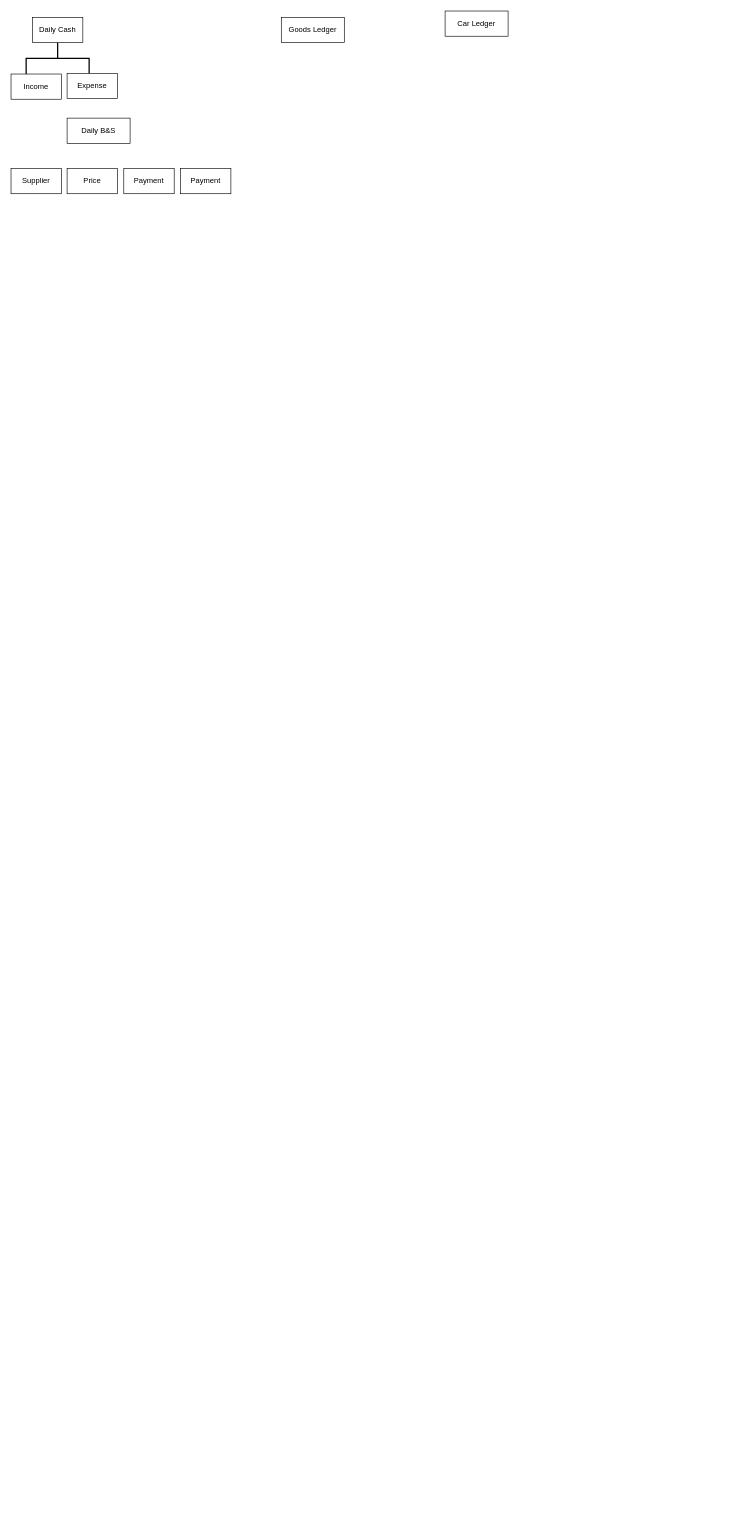
htetmyataung/flowchartforOM keeps this draw.io diagram as Untitled Diagram.drawio. Above is the earlier version. Source tidied: cells renumbered, new cells numbered last; positions are measured from the earlier drawing's top-left corner, leaving out a move shared by most shapes. Both pictures are drawn from the tidied source at 63%, with x=0, y=0 at pixel (11, 11).
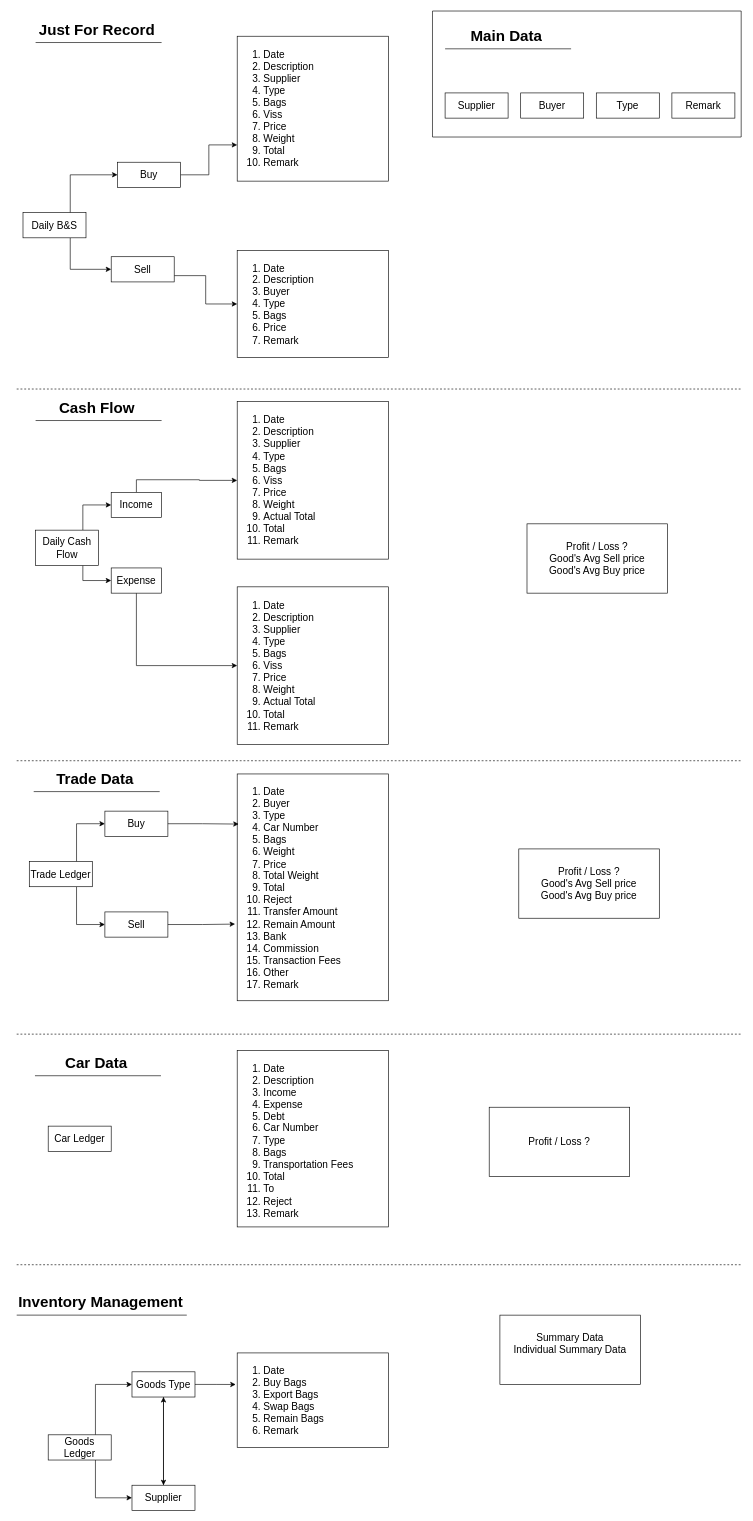
The same diagram, later.

Diff of the diagram source:
```diff
@@
-    <mxCell id="2" value="Goods Ledger" style="rounded=0;whiteSpace=wrap;html=1;" parent="1" vertex="1">
-      <mxGeometry x="429" y="10" width="100" height="40" as="geometry" />
+    <mxCell id="2" value="Car Ledger" style="rounded=0;whiteSpace=wrap;html=1;fontSize=16;" parent="1" vertex="1">
+      <mxGeometry x="59" y="1770" width="100" height="40" as="geometry" />
     </mxCell>
+    <mxCell id="13" style="edgeStyle=orthogonalEdgeStyle;rounded=0;jettySize=auto;html=1;exitX=0.75;exitY=1;exitDx=0;exitDy=0;entryX=0;entryY=0.5;entryDx=0;entryDy=0;" parent="1" edge="1" source="4" target="30">
+      <mxGeometry relative="1" as="geometry" />
+    </mxCell>
+    <mxCell id="14" style="edgeStyle=orthogonalEdgeStyle;rounded=0;jettySize=auto;html=1;exitX=0.75;exitY=0;exitDx=0;exitDy=0;entryX=0;entryY=0.5;entryDx=0;entryDy=0;" parent="1" edge="1" source="4" target="29">
+      <mxGeometry relative="1" as="geometry" />
+    </mxCell>
+    <mxCell id="4" value="Trade Ledger" style="rounded=0;whiteSpace=wrap;html=1;fontSize=16;" parent="1" vertex="1">
+      <mxGeometry x="29" y="1350" width="100" height="40" as="geometry" />
+    </mxCell>
+    <mxCell id="15" style="edgeStyle=orthogonalEdgeStyle;rounded=0;jettySize=auto;html=1;exitX=0.75;exitY=0;exitDx=0;exitDy=0;entryX=0;entryY=0.5;entryDx=0;entryDy=0;fontSize=16;" parent="1" edge="1" source="5" target="22">
+      <mxGeometry relative="1" as="geometry" />
+    </mxCell>
+    <mxCell id="16" style="edgeStyle=orthogonalEdgeStyle;rounded=0;jettySize=auto;html=1;exitX=0.75;exitY=1;exitDx=0;exitDy=0;entryX=0;entryY=0.5;entryDx=0;entryDy=0;fontSize=16;" parent="1" edge="1" source="5" target="24">
+      <mxGeometry relative="1" as="geometry" />
+    </mxCell>
+    <mxCell id="5" value="Daily B&amp;amp;S" style="rounded=0;whiteSpace=wrap;html=1;fontSize=16;" parent="1" vertex="1">
+      <mxGeometry x="19" y="320" width="100" height="40" as="geometry" />
+    </mxCell>
+    <mxCell id="17" style="edgeStyle=orthogonalEdgeStyle;rounded=0;jettySize=auto;html=1;exitX=0.5;exitY=1;exitDx=0;exitDy=0;entryX=0;entryY=0.5;entryDx=0;entryDy=0;" parent="1" edge="1" source="7" target="28">
+      <mxGeometry relative="1" as="geometry" />
+    </mxCell>
+    <mxCell id="7" value="Expense" style="rounded=0;whiteSpace=wrap;html=1;fontSize=16;" parent="1" vertex="1">
+      <mxGeometry x="159" y="884" width="80" height="40" as="geometry" />
+    </mxCell>
+    <mxCell id="18" style="edgeStyle=orthogonalEdgeStyle;rounded=0;jettySize=auto;html=1;exitX=0.75;exitY=0;exitDx=0;exitDy=0;entryX=0;entryY=0.5;entryDx=0;entryDy=0;" parent="1" edge="1" source="8" target="3">
+      <mxGeometry relative="1" as="geometry" />
+    </mxCell>
+    <mxCell id="19" style="edgeStyle=orthogonalEdgeStyle;rounded=0;jettySize=auto;html=1;exitX=0.75;exitY=1;exitDx=0;exitDy=0;entryX=0;entryY=0.5;entryDx=0;entryDy=0;" parent="1" edge="1" source="8" target="7">
+      <mxGeometry relative="1" as="geometry" />
+    </mxCell>
+    <mxCell id="8" value="Daily Cash Flow" style="rounded=0;whiteSpace=wrap;html=1;fontSize=16;" parent="1" vertex="1">
+      <mxGeometry x="39" y="824" width="100" height="56" as="geometry" />
+    </mxCell>
+    <mxCell id="20" style="edgeStyle=orthogonalEdgeStyle;rounded=0;jettySize=auto;html=1;exitX=0.5;exitY=0;exitDx=0;exitDy=0;entryX=0;entryY=0.5;entryDx=0;entryDy=0;" parent="1" edge="1" source="3" target="27">
+      <mxGeometry relative="1" as="geometry" />
+    </mxCell>
-    <mxCell id="3" value="Income" style="rounded=0;whiteSpace=wrap;html=1;" parent="1" vertex="1">
-      <mxGeometry y="100" width="80" height="40" as="geometry" />
+    <mxCell id="3" value="Income" style="rounded=0;whiteSpace=wrap;html=1;fontSize=16;" parent="1" vertex="1">
+      <mxGeometry x="159" y="764" width="80" height="40" as="geometry" />
     </mxCell>
-    <mxCell id="4" value="&lt;div&gt;Car Ledger&lt;/div&gt;" style="rounded=0;whiteSpace=wrap;html=1;" parent="1" vertex="1">
-      <mxGeometry x="689" width="100" height="40" as="geometry" />
-    </mxCell>
-    <mxCell id="5" value="Daily B&amp;amp;S" style="rounded=0;whiteSpace=wrap;html=1;" parent="1" vertex="1">
-      <mxGeometry x="89" y="170" width="100" height="40" as="geometry" />
-    </mxCell>
-    <mxCell id="6" style="strokeWidth=2;html=1;shape=mxgraph.flowchart.annotation_2;align=left;labelPosition=right;rotation=90;" parent="1" vertex="1">
-      <mxGeometry x="49" y="25" width="50" height="100" as="geometry" />
-    </mxCell>
-    <mxCell id="7" value="Expense" style="rounded=0;whiteSpace=wrap;html=1;" parent="1" vertex="1">
-      <mxGeometry x="89" y="99" width="80" height="40" as="geometry" />
-    </mxCell>
-    <mxCell id="8" value="Daily Cash" style="rounded=0;whiteSpace=wrap;html=1;" parent="1" vertex="1">
-      <mxGeometry x="34" y="10" width="80" height="40" as="geometry" />
-    </mxCell>
-    <mxCell id="9" value="&lt;div&gt;Supplier&lt;/div&gt;" style="rounded=0;whiteSpace=wrap;html=1;" parent="1" vertex="1">
-      <mxGeometry y="250" width="80" height="40" as="geometry" />
-    </mxCell>
-    <mxCell id="10" value="Price" style="rounded=0;whiteSpace=wrap;html=1;" parent="1" vertex="1">
-      <mxGeometry x="89" y="250" width="80" height="40" as="geometry" />
-    </mxCell>
-    <mxCell id="11" value="Payment" style="rounded=0;whiteSpace=wrap;html=1;" parent="1" vertex="1">
-      <mxGeometry x="179" y="250" width="80" height="40" as="geometry" />
-    </mxCell>
-    <mxCell id="12" value="Payment" style="rounded=0;whiteSpace=wrap;html=1;" parent="1" vertex="1">
-      <mxGeometry x="269" y="250" width="80" height="40" as="geometry" />
-    </mxCell>
+    <mxCell id="21" style="edgeStyle=orthogonalEdgeStyle;rounded=0;jettySize=auto;html=1;exitX=1;exitY=0.5;exitDx=0;exitDy=0;entryX=0;entryY=0.75;entryDx=0;entryDy=0;fontSize=16;" parent="1" edge="1" source="22" target="25">
+      <mxGeometry relative="1" as="geometry" />
+    </mxCell>
+    <mxCell id="22" value="Buy" style="rounded=0;whiteSpace=wrap;html=1;fontSize=16;" parent="1" vertex="1">
+      <mxGeometry x="169" y="240" width="100" height="40" as="geometry" />
+    </mxCell>
+    <mxCell id="23" style="edgeStyle=orthogonalEdgeStyle;rounded=0;jettySize=auto;html=1;exitX=1;exitY=0.75;exitDx=0;exitDy=0;entryX=0;entryY=0.5;entryDx=0;entryDy=0;fontSize=16;" parent="1" edge="1" source="24" target="26">
+      <mxGeometry relative="1" as="geometry" />
+    </mxCell>
+    <mxCell id="24" value="Sell" style="rounded=0;whiteSpace=wrap;html=1;fontSize=16;" parent="1" vertex="1">
+      <mxGeometry x="159" y="390" width="100" height="40" as="geometry" />
+    </mxCell>
+    <mxCell id="25" value="&lt;ol style=&quot;font-size: 16px;&quot;&gt;&lt;li style=&quot;font-size: 16px;&quot;&gt;Date&lt;/li&gt;&lt;li style=&quot;font-size: 16px;&quot;&gt;Description&lt;/li&gt;&lt;li style=&quot;font-size: 16px;&quot;&gt;Supplier&lt;/li&gt;&lt;li style=&quot;font-size: 16px;&quot;&gt;Type&lt;/li&gt;&lt;li style=&quot;font-size: 16px;&quot;&gt;Bags&lt;/li&gt;&lt;li style=&quot;font-size: 16px;&quot;&gt;Viss&lt;/li&gt;&lt;li style=&quot;font-size: 16px;&quot;&gt;Price&lt;/li&gt;&lt;li style=&quot;font-size: 16px;&quot;&gt;Weight&lt;/li&gt;&lt;li style=&quot;font-size: 16px;&quot;&gt;Total&lt;/li&gt;&lt;li style=&quot;font-size: 16px;&quot;&gt;Remark&lt;/li&gt;&lt;/ol&gt;" style="text;strokeColor=default;fillColor=none;html=1;whiteSpace=wrap;verticalAlign=middle;overflow=hidden;fontSize=16;" parent="1" vertex="1">
+      <mxGeometry x="359" y="40" width="240" height="230" as="geometry" />
+    </mxCell>
+    <mxCell id="26" value="&lt;ol style=&quot;font-size: 16px;&quot;&gt;&lt;li style=&quot;font-size: 16px;&quot;&gt;Date&lt;/li&gt;&lt;li style=&quot;font-size: 16px;&quot;&gt;Description&lt;/li&gt;&lt;li style=&quot;font-size: 16px;&quot;&gt;Buyer&lt;/li&gt;&lt;li style=&quot;font-size: 16px;&quot;&gt;Type&lt;/li&gt;&lt;li style=&quot;font-size: 16px;&quot;&gt;Bags&lt;/li&gt;&lt;li style=&quot;font-size: 16px;&quot;&gt;Price&lt;/li&gt;&lt;li style=&quot;font-size: 16px;&quot;&gt;Remark&lt;br style=&quot;font-size: 16px;&quot;&gt;&lt;/li&gt;&lt;/ol&gt;" style="text;strokeColor=default;fillColor=none;html=1;whiteSpace=wrap;verticalAlign=middle;overflow=hidden;fontSize=16;" parent="1" vertex="1">
+      <mxGeometry x="359" y="380" width="240" height="170" as="geometry" />
+    </mxCell>
+    <mxCell id="27" value="&lt;ol style=&quot;font-size: 16px;&quot;&gt;&lt;li style=&quot;font-size: 16px;&quot;&gt;Date&lt;/li&gt;&lt;li style=&quot;font-size: 16px;&quot;&gt;Description&lt;/li&gt;&lt;li style=&quot;font-size: 16px;&quot;&gt;Supplier&lt;/li&gt;&lt;li style=&quot;font-size: 16px;&quot;&gt;Type&lt;/li&gt;&lt;li style=&quot;font-size: 16px;&quot;&gt;Bags&lt;/li&gt;&lt;li style=&quot;font-size: 16px;&quot;&gt;Viss&lt;/li&gt;&lt;li style=&quot;font-size: 16px;&quot;&gt;Price&lt;/li&gt;&lt;li style=&quot;font-size: 16px;&quot;&gt;Weight&lt;/li&gt;&lt;li style=&quot;font-size: 16px;&quot;&gt;Actual Total&lt;/li&gt;&lt;li style=&quot;font-size: 16px;&quot;&gt;Total&lt;/li&gt;&lt;li style=&quot;font-size: 16px;&quot;&gt;Remark&lt;/li&gt;&lt;/ol&gt;" style="text;strokeColor=default;fillColor=none;html=1;whiteSpace=wrap;verticalAlign=middle;overflow=hidden;fontSize=16;" parent="1" vertex="1">
+      <mxGeometry x="359" y="620" width="240" height="250" as="geometry" />
+    </mxCell>
+    <mxCell id="28" value="&lt;ol style=&quot;font-size: 16px;&quot;&gt;&lt;li style=&quot;font-size: 16px;&quot;&gt;Date&lt;/li&gt;&lt;li style=&quot;font-size: 16px;&quot;&gt;Description&lt;/li&gt;&lt;li style=&quot;font-size: 16px;&quot;&gt;Supplier&lt;/li&gt;&lt;li style=&quot;font-size: 16px;&quot;&gt;Type&lt;/li&gt;&lt;li style=&quot;font-size: 16px;&quot;&gt;Bags&lt;/li&gt;&lt;li style=&quot;font-size: 16px;&quot;&gt;Viss&lt;/li&gt;&lt;li style=&quot;font-size: 16px;&quot;&gt;Price&lt;/li&gt;&lt;li style=&quot;font-size: 16px;&quot;&gt;Weight&lt;/li&gt;&lt;li style=&quot;font-size: 16px;&quot;&gt;Actual Total&lt;/li&gt;&lt;li style=&quot;font-size: 16px;&quot;&gt;Total&lt;/li&gt;&lt;li style=&quot;font-size: 16px;&quot;&gt;Remark&lt;/li&gt;&lt;/ol&gt;" style="text;strokeColor=default;fillColor=none;html=1;whiteSpace=wrap;verticalAlign=middle;overflow=hidden;fontSize=16;" parent="1" vertex="1">
+      <mxGeometry x="359" y="914" width="240" height="250" as="geometry" />
+    </mxCell>
+    <mxCell id="29" value="Buy" style="rounded=0;whiteSpace=wrap;html=1;fontSize=16;" parent="1" vertex="1">
+      <mxGeometry x="149" y="1270" width="100" height="40" as="geometry" />
+    </mxCell>
+    <mxCell id="30" value="Sell" style="rounded=0;whiteSpace=wrap;html=1;fontSize=16;" parent="1" vertex="1">
+      <mxGeometry x="149" y="1430" width="100" height="40" as="geometry" />
+    </mxCell>
+    <mxCell id="31" value="&lt;ol style=&quot;font-size: 16px;&quot;&gt;&lt;li style=&quot;font-size: 16px;&quot;&gt;Date&lt;/li&gt;&lt;li style=&quot;font-size: 16px;&quot;&gt;Buyer&lt;/li&gt;&lt;li style=&quot;font-size: 16px;&quot;&gt;Type&lt;/li&gt;&lt;li style=&quot;font-size: 16px;&quot;&gt;Car Number&lt;/li&gt;&lt;li style=&quot;font-size: 16px;&quot;&gt;Bags&lt;/li&gt;&lt;li style=&quot;font-size: 16px;&quot;&gt;Weight&lt;/li&gt;&lt;li style=&quot;font-size: 16px;&quot;&gt;Price&lt;/li&gt;&lt;li style=&quot;font-size: 16px;&quot;&gt;Total Weight&lt;/li&gt;&lt;li style=&quot;font-size: 16px;&quot;&gt;Total&lt;/li&gt;&lt;li style=&quot;font-size: 16px;&quot;&gt;Reject&lt;/li&gt;&lt;li style=&quot;font-size: 16px;&quot;&gt;Transfer Amount&lt;/li&gt;&lt;li style=&quot;font-size: 16px;&quot;&gt;Remain Amount&lt;/li&gt;&lt;li style=&quot;font-size: 16px;&quot;&gt;Bank&lt;/li&gt;&lt;li style=&quot;font-size: 16px;&quot;&gt;Commission&lt;/li&gt;&lt;li style=&quot;font-size: 16px;&quot;&gt;Transaction Fees&lt;/li&gt;&lt;li style=&quot;font-size: 16px;&quot;&gt;Other&lt;/li&gt;&lt;li style=&quot;font-size: 16px;&quot;&gt;Remark&lt;/li&gt;&lt;/ol&gt;" style="text;strokeColor=default;fillColor=none;html=1;whiteSpace=wrap;verticalAlign=middle;overflow=hidden;fontSize=16;" parent="1" vertex="1">
+      <mxGeometry x="359" y="1211" width="240" height="360" as="geometry" />
+    </mxCell>
+    <mxCell id="32" style="edgeStyle=orthogonalEdgeStyle;rounded=0;jettySize=auto;html=1;exitX=1;exitY=0.5;exitDx=0;exitDy=0;entryX=-0.014;entryY=0.662;entryDx=0;entryDy=0;entryPerimeter=0;" parent="1" edge="1" source="30" target="31">
+      <mxGeometry relative="1" as="geometry" />
+    </mxCell>
+    <mxCell id="33" style="edgeStyle=orthogonalEdgeStyle;rounded=0;jettySize=auto;html=1;exitX=1;exitY=0.5;exitDx=0;exitDy=0;entryX=0.01;entryY=0.221;entryDx=0;entryDy=0;entryPerimeter=0;" parent="1" edge="1" source="29" target="31">
+      <mxGeometry relative="1" as="geometry" />
+    </mxCell>
+    <mxCell id="34" value="Just For Record" style="text;strokeColor=none;fillColor=none;html=1;fontSize=24;fontStyle=1;verticalAlign=middle;align=center;" parent="1" vertex="1">
+      <mxGeometry x="86" y="10" width="100" height="40" as="geometry" />
+    </mxCell>
+    <mxCell id="35" style="endArrow=none;html=1;rounded=0;" parent="1" edge="1">
+      <mxGeometry relative="1" as="geometry">
+        <mxPoint x="39" y="50" as="sourcePoint" />
+        <mxPoint x="239" y="50" as="targetPoint" />
+      </mxGeometry>
+    </mxCell>
+    <mxCell id="36" style="endArrow=none;dashed=1;html=1;rounded=0;" parent="1" edge="1">
+      <mxGeometry relative="1" as="geometry">
+        <mxPoint x="9" y="1190" as="sourcePoint" />
+        <mxPoint x="1159" y="1190" as="targetPoint" />
+      </mxGeometry>
+    </mxCell>
+    <mxCell id="37" style="endArrow=none;dashed=1;html=1;rounded=0;" parent="1" edge="1">
+      <mxGeometry relative="1" as="geometry">
+        <mxPoint x="9" y="600" as="sourcePoint" />
+        <mxPoint x="1159" y="600" as="targetPoint" />
+      </mxGeometry>
+    </mxCell>
+    <mxCell id="38" style="endArrow=none;dashed=1;html=1;rounded=0;" parent="1" edge="1">
+      <mxGeometry relative="1" as="geometry">
+        <mxPoint x="9" y="1624" as="sourcePoint" />
+        <mxPoint x="1159" y="1624" as="targetPoint" />
+      </mxGeometry>
+    </mxCell>
+    <mxCell id="39" style="edgeStyle=orthogonalEdgeStyle;rounded=0;jettySize=auto;html=1;exitX=0.75;exitY=0;exitDx=0;exitDy=0;entryX=0;entryY=0.5;entryDx=0;entryDy=0;" parent="1" edge="1" source="41" target="44">
+      <mxGeometry relative="1" as="geometry" />
+    </mxCell>
+    <mxCell id="40" style="edgeStyle=orthogonalEdgeStyle;rounded=0;jettySize=auto;html=1;exitX=0.75;exitY=1;exitDx=0;exitDy=0;entryX=0;entryY=0.5;entryDx=0;entryDy=0;" parent="1" edge="1" source="41" target="64">
+      <mxGeometry relative="1" as="geometry" />
+    </mxCell>
+    <mxCell id="41" value="Goods Ledger" style="rounded=0;whiteSpace=wrap;html=1;fontSize=16;" parent="1" vertex="1">
+      <mxGeometry x="59" y="2260" width="100" height="40" as="geometry" />
+    </mxCell>
+    <mxCell id="42" value="&lt;ol style=&quot;font-size: 16px;&quot;&gt;&lt;li style=&quot;font-size: 16px;&quot;&gt;Date&lt;/li&gt;&lt;li style=&quot;font-size: 16px;&quot;&gt;Description&lt;/li&gt;&lt;li style=&quot;font-size: 16px;&quot;&gt;Income&lt;/li&gt;&lt;li style=&quot;font-size: 16px;&quot;&gt;Expense&lt;/li&gt;&lt;li style=&quot;font-size: 16px;&quot;&gt;Debt&lt;/li&gt;&lt;li style=&quot;font-size: 16px;&quot;&gt;Car Number&lt;/li&gt;&lt;li style=&quot;font-size: 16px;&quot;&gt;Type&lt;/li&gt;&lt;li style=&quot;font-size: 16px;&quot;&gt;Bags&lt;/li&gt;&lt;li style=&quot;font-size: 16px;&quot;&gt;Transportation Fees&lt;/li&gt;&lt;li style=&quot;font-size: 16px;&quot;&gt;Total&lt;/li&gt;&lt;li style=&quot;font-size: 16px;&quot;&gt;To&lt;/li&gt;&lt;li style=&quot;font-size: 16px;&quot;&gt;Reject&lt;/li&gt;&lt;li style=&quot;font-size: 16px;&quot;&gt;Remark&lt;br&gt;&lt;/li&gt;&lt;/ol&gt;" style="text;strokeColor=default;fillColor=none;html=1;whiteSpace=wrap;verticalAlign=middle;overflow=hidden;fontSize=16;" parent="1" vertex="1">
+      <mxGeometry x="359" y="1650" width="240" height="280" as="geometry" />
+    </mxCell>
+    <mxCell id="43" style="edgeStyle=orthogonalEdgeStyle;rounded=0;jettySize=auto;html=1;exitX=0.5;exitY=1;exitDx=0;exitDy=0;entryX=0.5;entryY=0;entryDx=0;entryDy=0;" parent="1" edge="1" source="44" target="64">
+      <mxGeometry relative="1" as="geometry" />
+    </mxCell>
+    <mxCell id="44" value="Goods Type" style="rounded=0;whiteSpace=wrap;html=1;fontSize=16;" parent="1" vertex="1">
+      <mxGeometry x="192" y="2160" width="100" height="40" as="geometry" />
+    </mxCell>
+    <mxCell id="45" style="endArrow=none;dashed=1;html=1;rounded=0;" parent="1" edge="1">
+      <mxGeometry relative="1" as="geometry">
+        <mxPoint x="9" y="1990" as="sourcePoint" />
+        <mxPoint x="1159" y="1990" as="targetPoint" />
+      </mxGeometry>
+    </mxCell>
+    <mxCell id="46" value="&lt;ol style=&quot;font-size: 16px;&quot;&gt;&lt;li style=&quot;font-size: 16px;&quot;&gt;Date&lt;/li&gt;&lt;li style=&quot;font-size: 16px;&quot;&gt;Buy Bags&lt;/li&gt;&lt;li style=&quot;font-size: 16px;&quot;&gt;Export Bags&lt;/li&gt;&lt;li style=&quot;font-size: 16px;&quot;&gt;Swap Bags&lt;/li&gt;&lt;li style=&quot;font-size: 16px;&quot;&gt;Remain Bags&lt;/li&gt;&lt;li style=&quot;font-size: 16px;&quot;&gt;Remark&lt;br&gt;&lt;/li&gt;&lt;/ol&gt;" style="text;strokeColor=default;fillColor=none;html=1;whiteSpace=wrap;verticalAlign=middle;overflow=hidden;fontSize=16;" parent="1" vertex="1">
+      <mxGeometry x="359" y="2130" width="240" height="150" as="geometry" />
+    </mxCell>
+    <mxCell id="47" value="Main Data" style="text;strokeColor=none;fillColor=none;html=1;fontSize=24;fontStyle=1;verticalAlign=middle;align=center;" parent="1" vertex="1">
+      <mxGeometry x="736" y="20" width="100" height="40" as="geometry" />
+    </mxCell>
+    <mxCell id="48" style="endArrow=none;html=1;rounded=0;" parent="1" edge="1">
+      <mxGeometry relative="1" as="geometry">
+        <mxPoint x="689" y="60" as="sourcePoint" />
+        <mxPoint x="889" y="60" as="targetPoint" />
+      </mxGeometry>
+    </mxCell>
+    <mxCell id="49" value="Supplier" style="rounded=0;whiteSpace=wrap;html=1;fontSize=16;" parent="1" vertex="1">
+      <mxGeometry x="689" y="130" width="100" height="40" as="geometry" />
+    </mxCell>
+    <mxCell id="50" value="Buyer" style="rounded=0;whiteSpace=wrap;html=1;fontSize=16;" parent="1" vertex="1">
+      <mxGeometry x="809" y="130" width="100" height="40" as="geometry" />
+    </mxCell>
+    <mxCell id="51" value="Type" style="rounded=0;whiteSpace=wrap;html=1;fontSize=16;" parent="1" vertex="1">
+      <mxGeometry x="929" y="130" width="100" height="40" as="geometry" />
+    </mxCell>
+    <mxCell id="52" value="Remark" style="rounded=0;whiteSpace=wrap;html=1;fontSize=16;" parent="1" vertex="1">
+      <mxGeometry x="1049" y="130" width="100" height="40" as="geometry" />
+    </mxCell>
+    <mxCell id="53" style="swimlane;startSize=0;" parent="1" vertex="1">
+      <mxGeometry x="669" width="490" height="200" as="geometry" />
+    </mxCell>
+    <mxCell id="54" value="Cash Flow" style="text;strokeColor=none;fillColor=none;html=1;fontSize=24;fontStyle=1;verticalAlign=middle;align=center;" parent="1" vertex="1">
+      <mxGeometry x="86" y="610" width="100" height="40" as="geometry" />
+    </mxCell>
+    <mxCell id="55" style="endArrow=none;html=1;rounded=0;" parent="1" edge="1">
+      <mxGeometry relative="1" as="geometry">
+        <mxPoint x="39" y="650" as="sourcePoint" />
+        <mxPoint x="239" y="650" as="targetPoint" />
+      </mxGeometry>
+    </mxCell>
+    <mxCell id="56" value="Trade Data" style="text;strokeColor=none;fillColor=none;html=1;fontSize=24;fontStyle=1;verticalAlign=middle;align=center;" parent="1" vertex="1">
+      <mxGeometry x="83" y="1199" width="100" height="40" as="geometry" />
+    </mxCell>
+    <mxCell id="57" style="endArrow=none;html=1;rounded=0;" parent="1" edge="1">
+      <mxGeometry relative="1" as="geometry">
+        <mxPoint x="36" y="1239" as="sourcePoint" />
+        <mxPoint x="236" y="1239" as="targetPoint" />
+      </mxGeometry>
+    </mxCell>
+    <mxCell id="58" value="Car Data" style="text;strokeColor=none;fillColor=none;html=1;fontSize=24;fontStyle=1;verticalAlign=middle;align=center;" parent="1" vertex="1">
+      <mxGeometry x="85" y="1650" width="100" height="40" as="geometry" />
+    </mxCell>
+    <mxCell id="59" style="endArrow=none;html=1;rounded=0;" parent="1" edge="1">
+      <mxGeometry relative="1" as="geometry">
+        <mxPoint x="38" y="1690" as="sourcePoint" />
+        <mxPoint x="238" y="1690" as="targetPoint" />
+      </mxGeometry>
+    </mxCell>
+    <mxCell id="60" value="Inventory Management" style="text;strokeColor=none;fillColor=none;html=1;fontSize=24;fontStyle=1;verticalAlign=middle;align=center;" parent="1" vertex="1">
+      <mxGeometry x="92" y="2030" width="100" height="40" as="geometry" />
+    </mxCell>
+    <mxCell id="61" style="endArrow=none;html=1;rounded=0;" parent="1" edge="1">
+      <mxGeometry relative="1" as="geometry">
+        <mxPoint x="9" y="2070" as="sourcePoint" />
+        <mxPoint x="279" y="2070" as="targetPoint" />
+      </mxGeometry>
+    </mxCell>
+    <mxCell id="62" style="edgeStyle=orthogonalEdgeStyle;rounded=0;jettySize=auto;html=1;exitX=1;exitY=0.5;exitDx=0;exitDy=0;entryX=-0.01;entryY=0.334;entryDx=0;entryDy=0;entryPerimeter=0;" parent="1" edge="1" source="44" target="46">
+      <mxGeometry relative="1" as="geometry" />
+    </mxCell>
+    <mxCell id="63" style="edgeStyle=orthogonalEdgeStyle;rounded=0;jettySize=auto;html=1;exitX=0.5;exitY=0;exitDx=0;exitDy=0;entryX=0.5;entryY=1;entryDx=0;entryDy=0;" parent="1" edge="1" source="64" target="44">
+      <mxGeometry relative="1" as="geometry" />
+    </mxCell>
+    <mxCell id="64" value="Supplier" style="rounded=0;whiteSpace=wrap;html=1;fontSize=16;" parent="1" vertex="1">
+      <mxGeometry x="192" y="2340" width="100" height="40" as="geometry" />
+    </mxCell>
+    <mxCell id="65" value="&lt;div&gt;Summary Data&lt;br&gt;&lt;/div&gt;&lt;div&gt;Individual Summary Data&lt;/div&gt;&lt;div&gt;&lt;br&gt;&lt;/div&gt;" style="text;html=1;align=center;verticalAlign=middle;whiteSpace=wrap;rounded=0;fontSize=16;strokeColor=default;" parent="1" vertex="1">
+      <mxGeometry x="776" y="2070" width="223" height="110" as="geometry" />
+    </mxCell>
+    <mxCell id="66" value="Profit / Loss ?" style="text;html=1;align=center;verticalAlign=middle;whiteSpace=wrap;rounded=0;fontSize=16;strokeColor=default;" parent="1" vertex="1">
+      <mxGeometry x="759" y="1740" width="223" height="110" as="geometry" />
+    </mxCell>
+    <mxCell id="67" value="&lt;div&gt;Profit / Loss ?&lt;/div&gt;&lt;div&gt;Good's Avg Sell price&lt;/div&gt;&lt;div&gt;Good's Avg Buy price&lt;br&gt;&lt;/div&gt;" style="text;html=1;align=center;verticalAlign=middle;whiteSpace=wrap;rounded=0;fontSize=16;strokeColor=default;" parent="1" vertex="1">
+      <mxGeometry x="806" y="1330" width="223" height="110" as="geometry" />
+    </mxCell>
+    <mxCell id="68" value="&lt;div&gt;Profit / Loss ?&lt;/div&gt;&lt;div&gt;Good's Avg Sell price&lt;/div&gt;&lt;div&gt;Good's Avg Buy price&lt;br&gt;&lt;/div&gt;" style="text;html=1;align=center;verticalAlign=middle;whiteSpace=wrap;rounded=0;fontSize=16;strokeColor=default;" parent="1" vertex="1">
+      <mxGeometry x="819" y="814" width="223" height="110" as="geometry" />
+    </mxCell>
```
